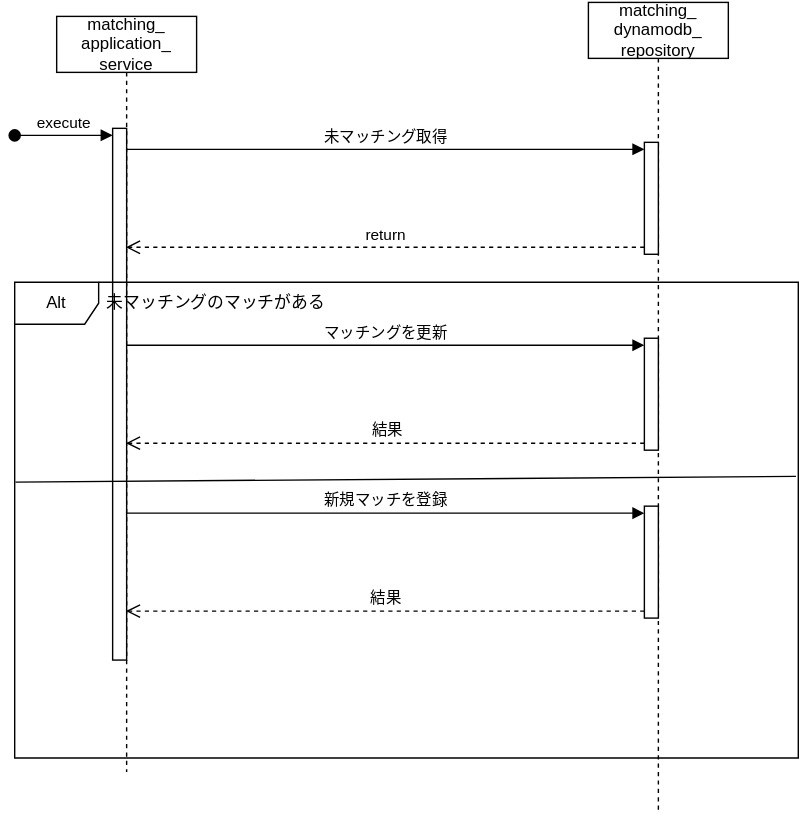
Before: docs/03_詳細設計/シーケンス図/マッチングシーケンス.drawio.svg, a diagram exported from draw.io (pandapan-cute/TriggerGameCompose). Source tidied: cells renumbered, new cells last; positions are measured from the earlier drawing's top-left corner, leaving out a move shared by most shapes.
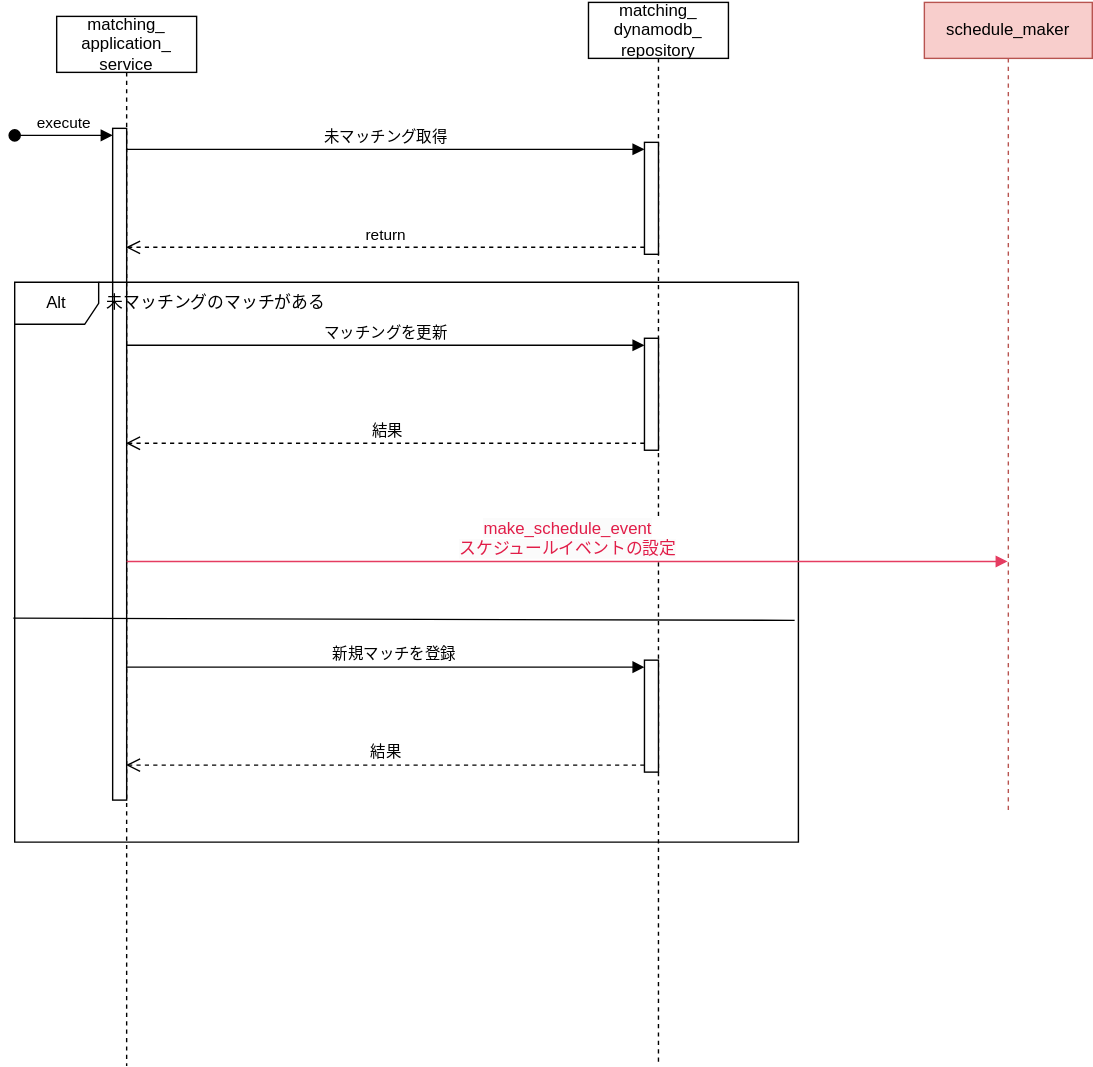
After the change.

What changed in the source:
```diff
@@ -3,10 +3,10 @@
     <mxCell id="0" />
     <mxCell id="1" parent="0" />
     <mxCell id="2" value="matching_&lt;div&gt;application_&lt;/div&gt;&lt;div&gt;service&lt;/div&gt;" style="shape=umlLifeline;perimeter=lifelinePerimeter;whiteSpace=wrap;html=1;outlineConnect=0;portConstraint=eastwest;newEdgeStyle={&quot;edgeStyle&quot;:&quot;elbowEdgeStyle&quot;,&quot;elbow&quot;:&quot;vertical&quot;,&quot;curved&quot;:0,&quot;rounded&quot;:0};" parent="1" vertex="1">
-      <mxGeometry x="30" y="10" width="100" height="540" as="geometry" />
+      <mxGeometry x="30" y="10" width="100" height="750" as="geometry" />
     </mxCell>
     <mxCell id="3" style="html=1;points=[[0,0,0,0,5],[0,1,0,0,-5],[1,0,0,0,5],[1,1,0,0,-5]];perimeter=orthogonalPerimeter;outlineConnect=0;targetShapes=umlLifeline;portConstraint=eastwest;newEdgeStyle={&quot;curved&quot;:0,&quot;rounded&quot;:0};" parent="2" vertex="1">
-      <mxGeometry x="40" y="80" width="10" height="380" as="geometry" />
+      <mxGeometry x="40" y="80" width="10" height="480" as="geometry" />
     </mxCell>
     <mxCell id="4" value="execute" style="html=1;verticalAlign=bottom;startArrow=oval;endArrow=block;startSize=8;curved=0;rounded=0;entryX=0;entryY=0;entryDx=0;entryDy=5;" parent="2" edge="1" target="3">
       <mxGeometry relative="1" as="geometry">
@@ -14,7 +14,7 @@
       </mxGeometry>
     </mxCell>
     <mxCell id="5" value="matching_&lt;div&gt;dynamodb_&lt;/div&gt;&lt;div&gt;repository&lt;/div&gt;" style="shape=umlLifeline;perimeter=lifelinePerimeter;whiteSpace=wrap;html=1;newEdgeStyle={&quot;edgeStyle&quot;:&quot;elbowEdgeStyle&quot;,&quot;elbow&quot;:&quot;vertical&quot;,&quot;curved&quot;:0,&quot;rounded&quot;:0};" parent="1" vertex="1">
-      <mxGeometry x="410" width="100" height="580" as="geometry" />
+      <mxGeometry x="410" width="100" height="760" as="geometry" />
     </mxCell>
     <mxCell id="6" style="html=1;points=[[0,0,0,0,5],[0,1,0,0,-5],[1,0,0,0,5],[1,1,0,0,-5]];perimeter=orthogonalPerimeter;outlineConnect=0;targetShapes=umlLifeline;portConstraint=eastwest;newEdgeStyle={&quot;curved&quot;:0,&quot;rounded&quot;:0};" parent="5" vertex="1">
       <mxGeometry x="40" y="100" width="10" height="80" as="geometry" />
@@ -23,7 +23,7 @@
       <mxGeometry x="40" y="240" width="10" height="80" as="geometry" />
     </mxCell>
     <mxCell id="8" style="html=1;points=[[0,0,0,0,5],[0,1,0,0,-5],[1,0,0,0,5],[1,1,0,0,-5]];perimeter=orthogonalPerimeter;outlineConnect=0;targetShapes=umlLifeline;portConstraint=eastwest;newEdgeStyle={&quot;curved&quot;:0,&quot;rounded&quot;:0};" parent="5" vertex="1">
-      <mxGeometry x="40" y="360" width="10" height="80" as="geometry" />
+      <mxGeometry x="40" y="470" width="10" height="80" as="geometry" />
     </mxCell>
     <mxCell id="9" value="未マッチング取得" style="html=1;verticalAlign=bottom;endArrow=block;curved=0;rounded=0;entryX=0;entryY=0;entryDx=0;entryDy=5;" parent="1" edge="1" source="2" target="6">
       <mxGeometry relative="1" as="geometry" />
@@ -32,7 +32,7 @@
       <mxGeometry relative="1" as="geometry" />
     </mxCell>
     <mxCell id="11" value="Alt" style="shape=umlFrame;whiteSpace=wrap;html=1;" parent="1" vertex="1">
-      <mxGeometry y="200" width="560" height="340" as="geometry" />
+      <mxGeometry y="200" width="560" height="400" as="geometry" />
     </mxCell>
     <mxCell id="12" value="未マッチングのマッチがある" style="text;html=1;align=center;verticalAlign=middle;whiteSpace=wrap;rounded=0;" parent="1" vertex="1">
       <mxGeometry x="64" y="200" width="160" height="30" as="geometry" />
@@ -43,14 +43,31 @@
     <mxCell id="14" value="結果" style="html=1;verticalAlign=bottom;endArrow=open;dashed=1;endSize=8;curved=0;rounded=0;exitX=0;exitY=1;exitDx=0;exitDy=-5;" parent="1" edge="1" source="7" target="2">
       <mxGeometry relative="1" as="geometry" />
     </mxCell>
-    <mxCell id="15" style="endArrow=none;html=1;exitX=0.001;exitY=0.42;exitDx=0;exitDy=0;exitPerimeter=0;entryX=0.997;entryY=0.408;entryDx=0;entryDy=0;entryPerimeter=0;" parent="1" edge="1" source="11" target="11">
-      <mxGeometry relative="1" as="geometry" />
+    <mxCell id="15" style="endArrow=none;html=1;exitX=0.001;exitY=0.42;exitDx=0;exitDy=0;exitPerimeter=0;entryX=0.999;entryY=0.366;entryDx=0;entryDy=0;entryPerimeter=0;" parent="1" edge="1">
+      <mxGeometry relative="1" as="geometry">
+        <mxPoint x="-1" y="440" as="sourcePoint" />
+        <mxPoint x="557.3" y="441.6" as="targetPoint" />
+      </mxGeometry>
     </mxCell>
-    <mxCell id="16" value="新規マッチを登録" style="html=1;verticalAlign=bottom;endArrow=block;curved=0;rounded=0;entryX=0;entryY=0;entryDx=0;entryDy=5;" parent="1" edge="1" source="2" target="8">
-      <mxGeometry relative="1" as="geometry" />
+    <mxCell id="16" value="新規マッチを登録" style="html=1;verticalAlign=bottom;endArrow=block;curved=0;rounded=0;entryX=0;entryY=0;entryDx=0;entryDy=5;" parent="1" edge="1" target="8">
+      <mxGeometry x="0.03" relative="1" as="geometry">
+        <mxPoint x="79.5" y="475" as="sourcePoint" />
+        <mxPoint x="1" as="offset" />
+      </mxGeometry>
     </mxCell>
-    <mxCell id="17" value="結果" style="html=1;verticalAlign=bottom;endArrow=open;dashed=1;endSize=8;curved=0;rounded=0;exitX=0;exitY=1;exitDx=0;exitDy=-5;" parent="1" edge="1" source="8" target="2">
-      <mxGeometry relative="1" as="geometry" />
+    <mxCell id="17" value="結果" style="html=1;verticalAlign=bottom;endArrow=open;dashed=1;endSize=8;curved=0;rounded=0;exitX=0;exitY=1;exitDx=0;exitDy=-5;" parent="1" edge="1" source="8">
+      <mxGeometry relative="1" as="geometry">
+        <mxPoint x="79.5" y="545" as="targetPoint" />
+      </mxGeometry>
     </mxCell>
+    <mxCell id="18" value="schedule_maker" style="shape=umlLifeline;perimeter=lifelinePerimeter;whiteSpace=wrap;html=1;newEdgeStyle={&quot;edgeStyle&quot;:&quot;elbowEdgeStyle&quot;,&quot;elbow&quot;:&quot;vertical&quot;,&quot;curved&quot;:0,&quot;rounded&quot;:0};fillColor=#f8cecc;strokeColor=#b85450;" parent="1" vertex="1">
+      <mxGeometry x="650" width="120" height="580" as="geometry" />
+    </mxCell>
+    <mxCell id="19" value="&lt;span style=&quot;color: rgb(225, 29, 72); font-size: 12px; background-color: rgb(251, 251, 251);&quot;&gt;make_schedule_event&lt;/span&gt;&lt;br style=&quot;color: rgb(63, 63, 63); scrollbar-color: rgb(226, 226, 226) rgb(251, 251, 251); padding: 0px; margin: 0px; font-size: 12px; background-color: rgb(251, 251, 251);&quot;&gt;&lt;span style=&quot;color: rgb(225, 29, 72); font-size: 12px; background-color: rgb(251, 251, 251);&quot;&gt;スケジュールイベントの設定&lt;/span&gt;" style="html=1;verticalAlign=bottom;endArrow=block;curved=0;rounded=0;strokeColor=light-dark(#e53c61, #ededed);" parent="1" edge="1">
+      <mxGeometry relative="1" as="geometry">
+        <mxPoint x="80" y="399.5" as="sourcePoint" />
+        <mxPoint x="709.5" y="399.5" as="targetPoint" />
+      </mxGeometry>
+    </mxCell>
   </root>
 </mxGraphModel>
```
